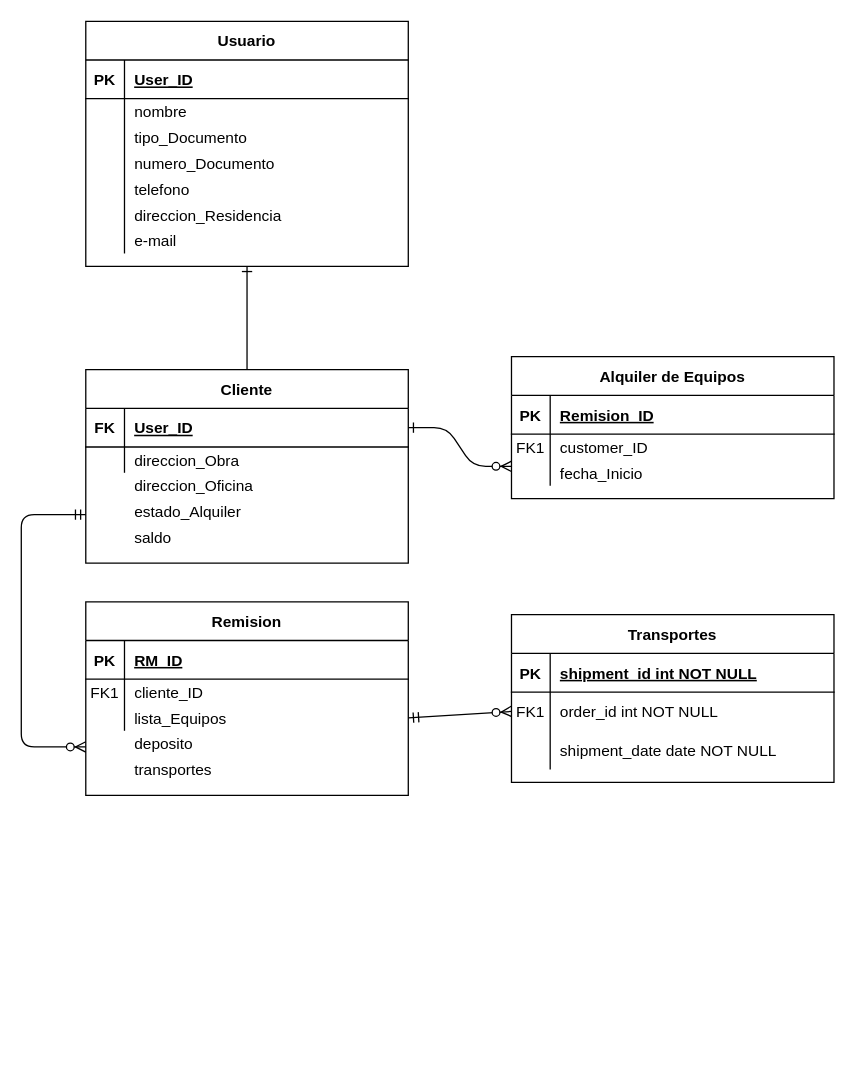
Before: Untitled Diagram.drawio in culciambo/hyperblog, a draw.io diagram. Source tidied: cells renumbered, new cells numbered last; positions are measured from the earlier drawing's top-left corner, leaving out a move shared by most shapes. Both pictures are drawn from the tidied source at 129%, with x=0, y=0 at pixel (21, 21).
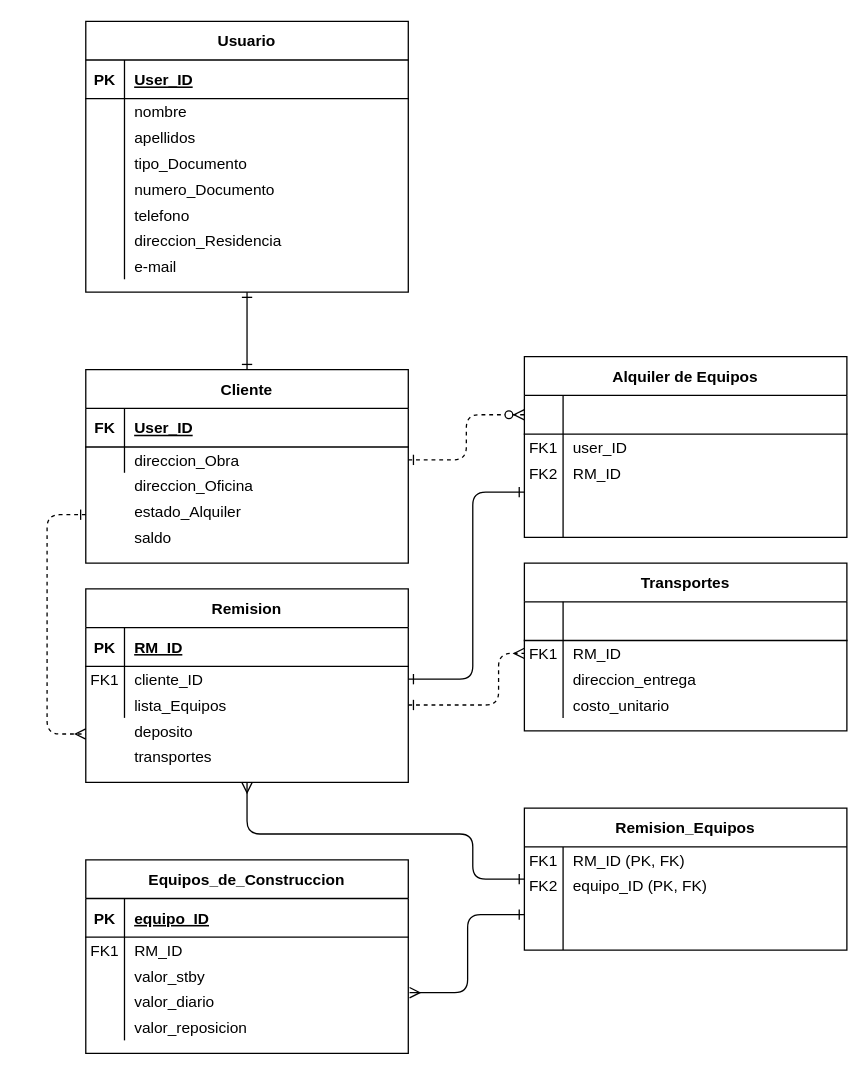
After the change.

Unchanged cells that the change refers to:
```xml
<mxCell id="4" style="shape=partialRectangle;fillColor=none;top=0;left=0;right=0;bottom=1;" parent="3" vertex="1">
  <mxGeometry y="30" width="250" height="30" as="geometry" />
</mxCell>
<mxCell id="13" value="Cliente" style="shape=table;startSize=30;childLayout=tableLayout;rowLines=0;fontStyle=1;align=center;gradientColor=#ffffff;" parent="1" vertex="1">
  <mxGeometry x="50" y="270" width="250" height="150" as="geometry" />
</mxCell>
<mxCell id="14" style="shape=partialRectangle;fillColor=none;points=[[0,0.5],[1,0.5]];portConstraint=eastwest;top=0;left=0;right=0;bottom=1;" parent="13" vertex="1">
  <mxGeometry y="30" width="250" height="30" as="geometry" />
</mxCell>
<mxCell id="17" style="shape=partialRectangle;fillColor=none;points=[[0,0.5],[1,0.5]];portConstraint=eastwest;top=0;left=0;right=0;bottom=0;" parent="13" vertex="1">
  <mxGeometry y="60" width="250" height="20" as="geometry" />
</mxCell>
<mxCell id="21" style="shape=partialRectangle;fillColor=none;points=[[0,0.5],[1,0.5]];portConstraint=eastwest;top=0;left=0;right=0;bottom=1;" parent="20" vertex="1">
  <mxGeometry y="30" width="250" height="30" as="geometry" />
</mxCell>
<mxCell id="37" style="shape=partialRectangle;fillColor=none;points=[[0,0.5],[1,0.5]];portConstraint=eastwest;top=0;left=0;right=0;bottom=0;" parent="33" vertex="1">
  <mxGeometry y="60" width="250" height="20" as="geometry" />
</mxCell>
<mxCell id="40" style="shape=partialRectangle;fillColor=none;points=[[0,0.5],[1,0.5]];portConstraint=eastwest;top=0;left=0;right=0;bottom=0;" parent="33" vertex="1">
  <mxGeometry y="80" width="250" height="20" as="geometry" />
</mxCell>
```

Change to the diagram source:
```diff
@@
-    <mxCell id="2" style="edgeStyle=entityRelationEdgeStyle;endArrow=ERzeroToMany;startArrow=ERone;endFill=1;startFill=0;" parent="1" edge="1" source="14">
-      <mxGeometry relative="1" as="geometry">
-        <mxPoint x="380" y="345" as="targetPoint" />
-      </mxGeometry>
+    <mxCell id="2" style="edgeStyle=elbowEdgeStyle;endArrow=ERzeroToMany;startArrow=ERone;endFill=1;startFill=0;dashed=1;entryX=0;entryY=0.5;entryDx=0;entryDy=0;exitX=1;exitY=0.5;exitDx=0;exitDy=0;" parent="1" edge="1" source="17" target="21">
+      <mxGeometry relative="1" as="geometry" />
     </mxCell>
     <mxCell id="3" value="Transportes" style="shape=table;startSize=30;childLayout=tableLayout;rowLines=0;fontStyle=1;align=center;" parent="1" vertex="1">
-      <mxGeometry x="380" y="460" width="250" height="130" as="geometry" />
+      <mxGeometry x="390" y="420" width="250" height="130" as="geometry" />
     </mxCell>
@@
-    <mxCell id="5" value="PK" style="shape=partialRectangle;overflow=hidden;fillColor=none;top=0;left=0;bottom=0;right=0;fontStyle=1;" parent="4" vertex="1">
+    <mxCell id="5" style="shape=partialRectangle;overflow=hidden;fillColor=none;top=0;left=0;bottom=0;right=0;fontStyle=1;" parent="4" vertex="1">
       <mxGeometry width="30" height="30" as="geometry" />
     </mxCell>
-    <mxCell id="6" value="shipment_id int NOT NULL " style="shape=partialRectangle;overflow=hidden;fillColor=none;top=0;left=0;bottom=0;right=0;align=left;spacingLeft=6;fontStyle=5;" parent="4" vertex="1">
+    <mxCell id="6" style="shape=partialRectangle;overflow=hidden;fillColor=none;top=0;left=0;bottom=0;right=0;align=left;spacingLeft=6;fontStyle=5;" parent="4" vertex="1">
       <mxGeometry x="30" width="220" height="30" as="geometry" />
     </mxCell>
     <mxCell id="7" style="shape=partialRectangle;fillColor=none;points=[[0,0.5],[1,0.5]];portConstraint=eastwest;top=0;left=0;right=0;bottom=0;" parent="3" vertex="1">
-      <mxGeometry y="60" width="250" height="30" as="geometry" />
+      <mxGeometry y="60" width="250" height="20" as="geometry" />
     </mxCell>
     <mxCell id="8" value="FK1" style="shape=partialRectangle;overflow=hidden;fillColor=none;top=0;left=0;bottom=0;right=0;" parent="7" vertex="1">
-      <mxGeometry width="30" height="30" as="geometry" />
+      <mxGeometry width="30" height="20" as="geometry" />
     </mxCell>
-    <mxCell id="9" value="order_id int NOT NULL" style="shape=partialRectangle;overflow=hidden;fillColor=none;top=0;left=0;bottom=0;right=0;align=left;spacingLeft=6;" parent="7" vertex="1">
-      <mxGeometry x="30" width="220" height="30" as="geometry" />
+    <mxCell id="9" value="RM_ID" style="shape=partialRectangle;overflow=hidden;fillColor=none;top=0;left=0;bottom=0;right=0;align=left;spacingLeft=6;" parent="7" vertex="1">
+      <mxGeometry x="30" width="220" height="20" as="geometry" />
     </mxCell>
     <mxCell id="10" style="shape=partialRectangle;fillColor=none;top=0;left=0;right=0;bottom=0;" parent="3" vertex="1">
-      <mxGeometry y="90" width="250" height="30" as="geometry" />
+      <mxGeometry y="80" width="250" height="20" as="geometry" />
     </mxCell>
     <mxCell id="11" style="shape=partialRectangle;overflow=hidden;fillColor=none;top=0;left=0;bottom=0;right=0;" parent="10" vertex="1">
-      <mxGeometry width="30" height="30" as="geometry" />
+      <mxGeometry width="30" height="20" as="geometry" />
     </mxCell>
-    <mxCell id="12" value="shipment_date date NOT NULL" style="shape=partialRectangle;overflow=hidden;fillColor=none;top=0;left=0;bottom=0;right=0;align=left;spacingLeft=6;" parent="10" vertex="1">
-      <mxGeometry x="30" width="220" height="30" as="geometry" />
+    <mxCell id="12" value="direccion_entrega" style="shape=partialRectangle;overflow=hidden;fillColor=none;top=0;left=0;bottom=0;right=0;align=left;spacingLeft=6;" parent="10" vertex="1">
+      <mxGeometry x="30" width="220" height="20" as="geometry" />
     </mxCell>
+    <mxCell id="70" style="shape=partialRectangle;fillColor=none;top=0;left=0;right=0;bottom=0;" parent="3" vertex="1">
+      <mxGeometry y="100" width="250" height="20" as="geometry" />
+    </mxCell>
+    <mxCell id="71" style="shape=partialRectangle;overflow=hidden;fillColor=none;top=0;left=0;bottom=0;right=0;" parent="70" vertex="1">
+      <mxGeometry width="30" height="20" as="geometry" />
+    </mxCell>
+    <mxCell id="72" value="costo_unitario" style="shape=partialRectangle;overflow=hidden;fillColor=none;top=0;left=0;bottom=0;right=0;align=left;spacingLeft=6;" parent="70" vertex="1">
+      <mxGeometry x="30" width="220" height="20" as="geometry" />
+    </mxCell>
@@
     <mxCell id="20" value="Alquiler de Equipos" style="shape=table;startSize=30;childLayout=tableLayout;rowLines=0;fontStyle=1;align=center;" parent="1" vertex="1">
-      <mxGeometry x="380" y="260" width="250" height="110" as="geometry" />
+      <mxGeometry x="390" y="260" width="250" height="140" as="geometry" />
     </mxCell>
@@
-    <mxCell id="22" value="PK" style="shape=partialRectangle;overflow=hidden;fillColor=none;top=0;left=0;bottom=0;right=0;fontStyle=1;" parent="21" vertex="1">
+    <mxCell id="22" style="shape=partialRectangle;overflow=hidden;fillColor=none;top=0;left=0;bottom=0;right=0;fontStyle=1;" parent="21" vertex="1">
       <mxGeometry width="30" height="30" as="geometry" />
     </mxCell>
-    <mxCell id="23" value="Remision_ID" style="shape=partialRectangle;overflow=hidden;fillColor=none;top=0;left=0;bottom=0;right=0;align=left;spacingLeft=6;fontStyle=5;" parent="21" vertex="1">
+    <mxCell id="23" style="shape=partialRectangle;overflow=hidden;fillColor=none;top=0;left=0;bottom=0;right=0;align=left;spacingLeft=6;fontStyle=5;" parent="21" vertex="1">
       <mxGeometry x="30" width="220" height="30" as="geometry" />
     </mxCell>
+    <mxCell id="73" style="shape=partialRectangle;fillColor=none;top=0;left=0;right=0;bottom=0;" parent="20" vertex="1">
+      <mxGeometry y="60" width="250" height="20" as="geometry" />
+    </mxCell>
+    <mxCell id="74" value="FK1" style="shape=partialRectangle;overflow=hidden;fillColor=none;top=0;left=0;bottom=0;right=0;" parent="73" vertex="1">
+      <mxGeometry width="30" height="20" as="geometry" />
+    </mxCell>
+    <mxCell id="75" value="user_ID" style="shape=partialRectangle;overflow=hidden;fillColor=none;top=0;left=0;bottom=0;right=0;align=left;spacingLeft=6;" parent="73" vertex="1">
+      <mxGeometry x="30" width="220" height="20" as="geometry" />
+    </mxCell>
     <mxCell id="24" style="shape=partialRectangle;fillColor=none;top=0;left=0;right=0;bottom=0;" parent="20" vertex="1">
-      <mxGeometry y="60" width="250" height="20" as="geometry" />
+      <mxGeometry y="80" width="250" height="20" as="geometry" />
     </mxCell>
-    <mxCell id="25" value="FK1" style="shape=partialRectangle;overflow=hidden;fillColor=none;top=0;left=0;bottom=0;right=0;" parent="24" vertex="1">
+    <mxCell id="25" value="FK2" style="shape=partialRectangle;overflow=hidden;fillColor=none;top=0;left=0;bottom=0;right=0;" parent="24" vertex="1">
       <mxGeometry width="30" height="20" as="geometry" />
     </mxCell>
-    <mxCell id="26" value="customer_ID" style="shape=partialRectangle;overflow=hidden;fillColor=none;top=0;left=0;bottom=0;right=0;align=left;spacingLeft=6;" parent="24" vertex="1">
+    <mxCell id="26" value="RM_ID" style="shape=partialRectangle;overflow=hidden;fillColor=none;top=0;left=0;bottom=0;right=0;align=left;spacingLeft=6;" parent="24" vertex="1">
       <mxGeometry x="30" width="220" height="20" as="geometry" />
     </mxCell>
     <mxCell id="27" style="shape=partialRectangle;fillColor=none;top=0;left=0;right=0;bottom=0;" parent="20" vertex="1">
-      <mxGeometry y="80" width="250" height="20" as="geometry" />
+      <mxGeometry y="100" width="250" height="20" as="geometry" />
     </mxCell>
@@
-    <mxCell id="29" value="fecha_Inicio" style="shape=partialRectangle;overflow=hidden;fillColor=none;top=0;left=0;bottom=0;right=0;align=left;spacingLeft=6;" parent="27" vertex="1">
+    <mxCell id="29" style="shape=partialRectangle;overflow=hidden;fillColor=none;top=0;left=0;bottom=0;right=0;align=left;spacingLeft=6;" parent="27" vertex="1">
       <mxGeometry x="30" width="220" height="20" as="geometry" />
     </mxCell>
+    <mxCell id="76" style="shape=partialRectangle;fillColor=none;top=0;left=0;right=0;bottom=0;" parent="20" vertex="1">
+      <mxGeometry y="120" width="250" height="20" as="geometry" />
+    </mxCell>
+    <mxCell id="77" style="shape=partialRectangle;overflow=hidden;fillColor=none;top=0;left=0;bottom=0;right=0;" parent="76" vertex="1">
+      <mxGeometry width="30" height="20" as="geometry" />
+    </mxCell>
+    <mxCell id="78" style="shape=partialRectangle;overflow=hidden;fillColor=none;top=0;left=0;bottom=0;right=0;align=left;spacingLeft=6;" parent="76" vertex="1">
+      <mxGeometry x="30" width="220" height="20" as="geometry" />
+    </mxCell>
@@
     <mxCell id="33" value="Remision" style="shape=table;startSize=30;childLayout=tableLayout;rowLines=0;fontStyle=1;align=center;" parent="1" vertex="1">
-      <mxGeometry x="50" y="450" width="250" height="150" as="geometry" />
+      <mxGeometry x="50" y="440" width="250" height="150" as="geometry" />
     </mxCell>
@@
     <mxCell id="43" value="deposito" style="shape=partialRectangle;overflow=hidden;fillColor=none;top=0;left=0;bottom=0;right=0;align=left;spacingLeft=6;" parent="1" vertex="1">
-      <mxGeometry x="80" y="550" width="220" height="20" as="geometry" />
+      <mxGeometry x="80" y="540" width="220" height="20" as="geometry" />
     </mxCell>
     <mxCell id="44" value="transportes" style="shape=partialRectangle;overflow=hidden;fillColor=none;top=0;left=0;bottom=0;right=0;align=left;spacingLeft=6;" parent="1" vertex="1">
-      <mxGeometry x="80" y="570" width="220" height="20" as="geometry" />
+      <mxGeometry x="80" y="560" width="220" height="20" as="geometry" />
     </mxCell>
-    <mxCell id="45" style="edgeStyle=elbowEdgeStyle;fontSize=12;html=1;endArrow=ERzeroToMany;startArrow=ERmandOne;entryX=0;entryY=0.75;entryDx=0;entryDy=0;exitX=0;exitY=0.75;exitDx=0;exitDy=0;" parent="1" edge="1" source="13" target="33">
+    <mxCell id="45" style="edgeStyle=elbowEdgeStyle;fontSize=12;html=1;endArrow=ERmany;startArrow=ERone;entryX=0;entryY=0.75;entryDx=0;entryDy=0;exitX=0;exitY=0.75;exitDx=0;exitDy=0;startFill=0;dashed=1;endFill=0;" parent="1" edge="1" source="13" target="33">
       <mxGeometry relative="1" as="geometry">
         <Array as="points">
-          <mxPoint y="470" />
+          <mxPoint x="20" y="470" />
         </Array>
       </mxGeometry>
     </mxCell>
     <mxCell id="46" value="Usuario" style="shape=table;startSize=30;childLayout=tableLayout;rowLines=0;fontStyle=1;align=center;gradientColor=#ffffff;" parent="1" vertex="1">
-      <mxGeometry x="50" width="250" height="190" as="geometry" />
+      <mxGeometry x="50" width="250" height="210" as="geometry" />
     </mxCell>
@@
+    <mxCell id="79" style="shape=partialRectangle;fillColor=none;top=0;left=0;right=0;bottom=0;" parent="46" vertex="1">
+      <mxGeometry y="80" width="250" height="20" as="geometry" />
+    </mxCell>
+    <mxCell id="80" style="shape=partialRectangle;overflow=hidden;fillColor=none;top=0;left=0;bottom=0;right=0;" parent="79" vertex="1">
+      <mxGeometry width="30" height="20" as="geometry" />
+    </mxCell>
+    <mxCell id="81" value="apellidos" style="shape=partialRectangle;overflow=hidden;fillColor=none;top=0;left=0;bottom=0;right=0;align=left;spacingLeft=6;" parent="79" vertex="1">
+      <mxGeometry x="30" width="220" height="20" as="geometry" />
+    </mxCell>
     <mxCell id="53" style="shape=partialRectangle;fillColor=none;top=0;left=0;right=0;bottom=0;" parent="46" vertex="1">
-      <mxGeometry y="80" width="250" height="20" as="geometry" />
+      <mxGeometry y="100" width="250" height="20" as="geometry" />
     </mxCell>
@@
     <mxCell id="56" style="shape=partialRectangle;fillColor=none;top=0;left=0;right=0;bottom=0;" parent="46" vertex="1">
-      <mxGeometry y="100" width="250" height="20" as="geometry" />
+      <mxGeometry y="120" width="250" height="20" as="geometry" />
     </mxCell>
@@
     <mxCell id="59" style="shape=partialRectangle;fillColor=none;top=0;left=0;right=0;bottom=0;" parent="46" vertex="1">
-      <mxGeometry y="120" width="250" height="20" as="geometry" />
+      <mxGeometry y="140" width="250" height="20" as="geometry" />
     </mxCell>
@@
     <mxCell id="62" style="shape=partialRectangle;fillColor=none;top=0;left=0;right=0;bottom=0;" parent="46" vertex="1">
-      <mxGeometry y="140" width="250" height="20" as="geometry" />
+      <mxGeometry y="160" width="250" height="20" as="geometry" />
     </mxCell>
@@
     <mxCell id="65" style="shape=partialRectangle;fillColor=none;top=0;left=0;right=0;bottom=0;" parent="46" vertex="1">
-      <mxGeometry y="160" width="250" height="20" as="geometry" />
+      <mxGeometry y="180" width="250" height="20" as="geometry" />
     </mxCell>
@@
-    <mxCell id="68" style="edgeStyle=elbowEdgeStyle;fontSize=12;html=1;endArrow=ERone;endFill=1;elbow=vertical;entryX=0.5;entryY=1;entryDx=0;entryDy=0;exitX=0.5;exitY=0;exitDx=0;exitDy=0;" parent="1" edge="1" source="13" target="46">
+    <mxCell id="68" style="edgeStyle=elbowEdgeStyle;fontSize=12;html=1;endArrow=ERone;endFill=1;elbow=vertical;entryX=0.5;entryY=1;entryDx=0;entryDy=0;exitX=0.5;exitY=0;exitDx=0;exitDy=0;startArrow=ERone;startFill=0;" parent="1" edge="1" source="13" target="46">
       <mxGeometry relative="1" as="geometry" />
     </mxCell>
-    <mxCell id="69" style="fontSize=12;html=1;endArrow=ERzeroToMany;startArrow=ERmandOne;entryX=0;entryY=0.5;entryDx=0;entryDy=0;exitX=1;exitY=0.5;exitDx=0;exitDy=0;" parent="1" edge="1" source="40" target="7">
-      <mxGeometry relative="1" as="geometry" />
+    <mxCell id="69" style="fontSize=12;html=1;endArrow=ERmany;startArrow=ERone;entryX=0;entryY=0.5;entryDx=0;entryDy=0;exitX=1;exitY=0.5;exitDx=0;exitDy=0;edgeStyle=elbowEdgeStyle;dashed=1;endFill=0;startFill=0;" parent="1" edge="1" source="40" target="7">
+      <mxGeometry relative="1" as="geometry">
+        <Array as="points">
+          <mxPoint x="370" y="520" />
+        </Array>
+      </mxGeometry>
     </mxCell>
+    <mxCell id="82" style="edgeStyle=elbowEdgeStyle;fontSize=12;html=1;endArrow=ERone;startArrow=ERone;entryX=1;entryY=0.5;entryDx=0;entryDy=0;exitX=0;exitY=0.75;exitDx=0;exitDy=0;startFill=0;endFill=0;" parent="1" edge="1" source="20" target="37">
+      <mxGeometry relative="1" as="geometry">
+        <Array as="points">
+          <mxPoint x="350" y="510" />
+        </Array>
+      </mxGeometry>
+    </mxCell>
+    <mxCell id="83" value="Equipos_de_Construccion" style="shape=table;startSize=30;childLayout=tableLayout;rowLines=0;fontStyle=1;align=center;" parent="1" vertex="1">
+      <mxGeometry x="50" y="650" width="250" height="150" as="geometry" />
+    </mxCell>
+    <mxCell id="84" style="shape=partialRectangle;fillColor=none;top=0;left=0;right=0;bottom=1;" parent="83" vertex="1">
+      <mxGeometry y="30" width="250" height="30" as="geometry" />
+    </mxCell>
+    <mxCell id="85" value="PK" style="shape=partialRectangle;overflow=hidden;fillColor=none;top=0;left=0;bottom=0;right=0;fontStyle=1;" parent="84" vertex="1">
+      <mxGeometry width="30" height="30" as="geometry" />
+    </mxCell>
+    <mxCell id="86" value="equipo_ID" style="shape=partialRectangle;overflow=hidden;fillColor=none;top=0;left=0;bottom=0;right=0;align=left;spacingLeft=6;fontStyle=5;" parent="84" vertex="1">
+      <mxGeometry x="30" width="220" height="30" as="geometry" />
+    </mxCell>
+    <mxCell id="87" style="shape=partialRectangle;fillColor=none;top=0;left=0;right=0;bottom=0;" parent="83" vertex="1">
+      <mxGeometry y="60" width="250" height="20" as="geometry" />
+    </mxCell>
+    <mxCell id="88" value="FK1" style="shape=partialRectangle;overflow=hidden;fillColor=none;top=0;left=0;bottom=0;right=0;" parent="87" vertex="1">
+      <mxGeometry width="30" height="20" as="geometry" />
+    </mxCell>
+    <mxCell id="89" value="RM_ID" style="shape=partialRectangle;overflow=hidden;fillColor=none;top=0;left=0;bottom=0;right=0;align=left;spacingLeft=6;" parent="87" vertex="1">
+      <mxGeometry x="30" width="220" height="20" as="geometry" />
+    </mxCell>
+    <mxCell id="90" style="shape=partialRectangle;fillColor=none;top=0;left=0;right=0;bottom=0;" parent="83" vertex="1">
+      <mxGeometry y="80" width="250" height="20" as="geometry" />
+    </mxCell>
+    <mxCell id="91" style="shape=partialRectangle;overflow=hidden;fillColor=none;top=0;left=0;bottom=0;right=0;" parent="90" vertex="1">
+      <mxGeometry width="30" height="20" as="geometry" />
+    </mxCell>
+    <mxCell id="92" value="valor_stby" style="shape=partialRectangle;overflow=hidden;fillColor=none;top=0;left=0;bottom=0;right=0;align=left;spacingLeft=6;" parent="90" vertex="1">
+      <mxGeometry x="30" width="220" height="20" as="geometry" />
+    </mxCell>
+    <mxCell id="93" style="shape=partialRectangle;fillColor=none;points=[[0,0.5],[1,0.5]];portConstraint=eastwest;top=0;left=0;right=0;bottom=0;" parent="83" vertex="1">
+      <mxGeometry y="100" width="250" height="20" as="geometry" />
+    </mxCell>
+    <mxCell id="94" style="shape=partialRectangle;overflow=hidden;fillColor=none;top=0;left=0;bottom=0;right=0;" parent="93" vertex="1">
+      <mxGeometry width="30" height="20" as="geometry" />
+    </mxCell>
+    <mxCell id="95" value="valor_diario" style="shape=partialRectangle;overflow=hidden;fillColor=none;top=0;left=0;bottom=0;right=0;align=left;spacingLeft=6;" parent="93" vertex="1">
+      <mxGeometry x="30" width="220" height="20" as="geometry" />
+    </mxCell>
+    <mxCell id="96" style="shape=partialRectangle;fillColor=none;top=0;left=0;right=0;bottom=0;" parent="83" vertex="1">
+      <mxGeometry y="120" width="250" height="20" as="geometry" />
+    </mxCell>
+    <mxCell id="97" style="shape=partialRectangle;overflow=hidden;fillColor=none;top=0;left=0;bottom=0;right=0;" parent="96" vertex="1">
+      <mxGeometry width="30" height="20" as="geometry" />
+    </mxCell>
+    <mxCell id="98" value="valor_reposicion" style="shape=partialRectangle;overflow=hidden;fillColor=none;top=0;left=0;bottom=0;right=0;align=left;spacingLeft=6;" parent="96" vertex="1">
+      <mxGeometry x="30" width="220" height="20" as="geometry" />
+    </mxCell>
+    <mxCell id="99" style="fontSize=12;html=1;endArrow=ERmany;startArrow=ERone;entryX=0.5;entryY=1;entryDx=0;entryDy=0;exitX=0;exitY=0.5;exitDx=0;exitDy=0;startFill=0;endFill=0;edgeStyle=orthogonalEdgeStyle;" parent="1" edge="1" source="100" target="33">
+      <mxGeometry relative="1" as="geometry">
+        <Array as="points">
+          <mxPoint x="350" y="665" />
+          <mxPoint x="350" y="630" />
+          <mxPoint x="175" y="630" />
+        </Array>
+      </mxGeometry>
+    </mxCell>
+    <mxCell id="100" value="Remision_Equipos" style="shape=table;startSize=30;childLayout=tableLayout;rowLines=0;fontStyle=1;align=center;" parent="1" vertex="1">
+      <mxGeometry x="390" y="610" width="250" height="110" as="geometry" />
+    </mxCell>
+    <mxCell id="101" style="shape=partialRectangle;fillColor=none;top=0;left=0;right=0;bottom=0;" parent="100" vertex="1">
+      <mxGeometry y="30" width="250" height="20" as="geometry" />
+    </mxCell>
+    <mxCell id="102" value="FK1" style="shape=partialRectangle;overflow=hidden;fillColor=none;top=0;left=0;bottom=0;right=0;" parent="101" vertex="1">
+      <mxGeometry width="30" height="20" as="geometry" />
+    </mxCell>
+    <mxCell id="103" value="RM_ID (PK, FK)" style="shape=partialRectangle;overflow=hidden;fillColor=none;top=0;left=0;bottom=0;right=0;align=left;spacingLeft=6;" parent="101" vertex="1">
+      <mxGeometry x="30" width="220" height="20" as="geometry" />
+    </mxCell>
+    <mxCell id="104" style="shape=partialRectangle;fillColor=none;top=0;left=0;right=0;bottom=0;" parent="100" vertex="1">
+      <mxGeometry y="50" width="250" height="20" as="geometry" />
+    </mxCell>
+    <mxCell id="105" value="FK2" style="shape=partialRectangle;overflow=hidden;fillColor=none;top=0;left=0;bottom=0;right=0;" parent="104" vertex="1">
+      <mxGeometry width="30" height="20" as="geometry" />
+    </mxCell>
+    <mxCell id="106" value="equipo_ID (PK, FK)" style="shape=partialRectangle;overflow=hidden;fillColor=none;top=0;left=0;bottom=0;right=0;align=left;spacingLeft=6;" parent="104" vertex="1">
+      <mxGeometry x="30" width="220" height="20" as="geometry" />
+    </mxCell>
+    <mxCell id="107" style="shape=partialRectangle;fillColor=none;top=0;left=0;right=0;bottom=0;" parent="100" vertex="1">
+      <mxGeometry y="70" width="250" height="20" as="geometry" />
+    </mxCell>
+    <mxCell id="108" style="shape=partialRectangle;overflow=hidden;fillColor=none;top=0;left=0;bottom=0;right=0;" parent="107" vertex="1">
+      <mxGeometry width="30" height="20" as="geometry" />
+    </mxCell>
+    <mxCell id="109" style="shape=partialRectangle;overflow=hidden;fillColor=none;top=0;left=0;bottom=0;right=0;align=left;spacingLeft=6;" parent="107" vertex="1">
+      <mxGeometry x="30" width="220" height="20" as="geometry" />
+    </mxCell>
+    <mxCell id="110" style="shape=partialRectangle;fillColor=none;top=0;left=0;right=0;bottom=0;" parent="100" vertex="1">
+      <mxGeometry y="90" width="250" height="20" as="geometry" />
+    </mxCell>
+    <mxCell id="111" style="shape=partialRectangle;overflow=hidden;fillColor=none;top=0;left=0;bottom=0;right=0;" parent="110" vertex="1">
+      <mxGeometry width="30" height="20" as="geometry" />
+    </mxCell>
+    <mxCell id="112" style="shape=partialRectangle;overflow=hidden;fillColor=none;top=0;left=0;bottom=0;right=0;align=left;spacingLeft=6;" parent="110" vertex="1">
+      <mxGeometry x="30" width="220" height="20" as="geometry" />
+    </mxCell>
+    <mxCell id="113" style="fontSize=12;html=1;endArrow=ERmany;startArrow=ERone;entryX=1.004;entryY=0.15;entryDx=0;entryDy=0;exitX=0;exitY=0.75;exitDx=0;exitDy=0;startFill=0;endFill=0;entryPerimeter=0;edgeStyle=elbowEdgeStyle;" parent="1" edge="1" source="100" target="93">
+      <mxGeometry relative="1" as="geometry" />
+    </mxCell>
```
